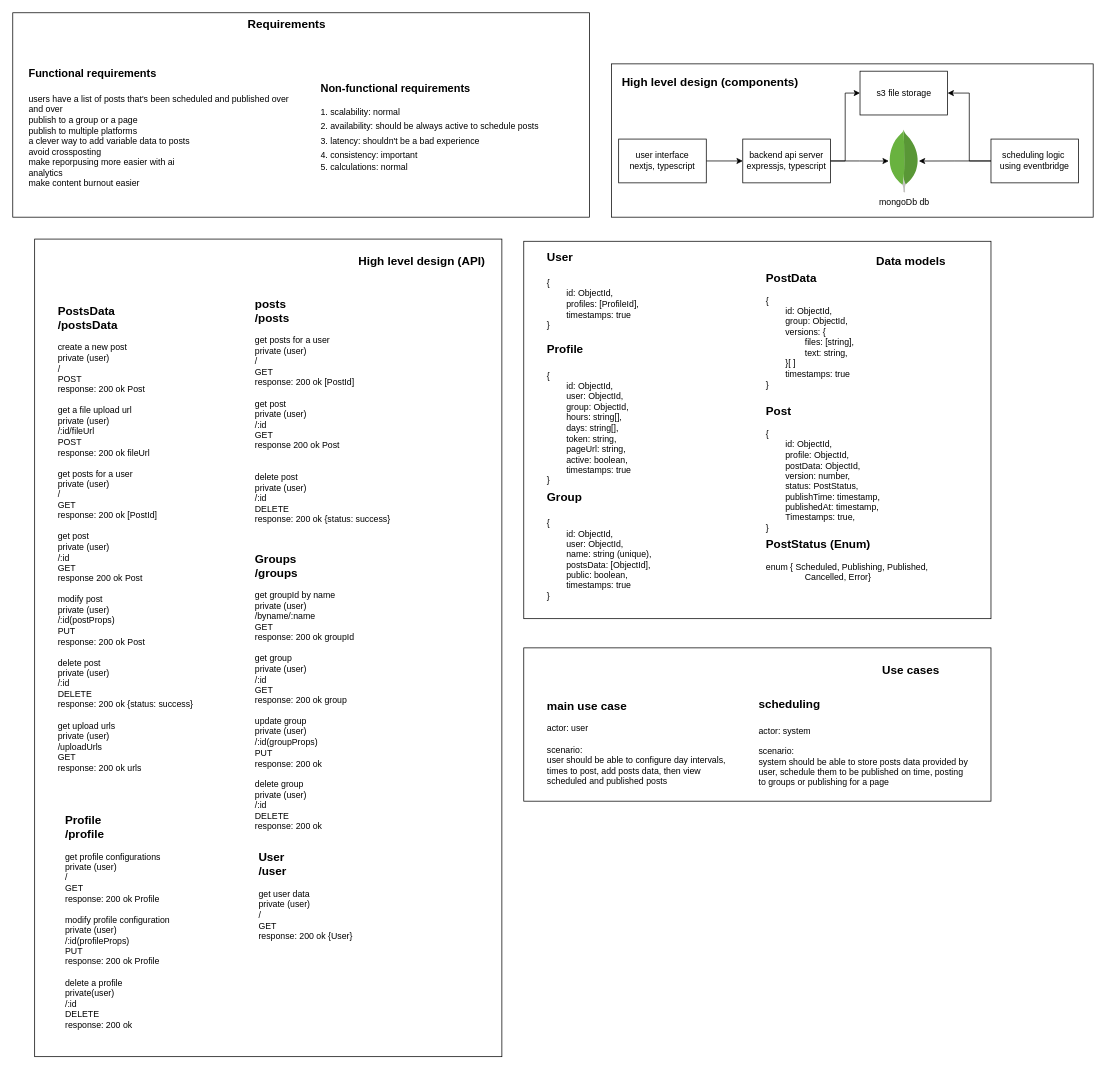
ahmed-elbehairy7/pamylka-system-design keeps this draw.io diagram as page "high-level" (1 of 5) of auto-post.drawio. Above is the earlier version. Source tidied: cells renumbered, new cells numbered last; positions are measured from the earlier drawing's top-left corner, leaving out a move shared by most shapes. Both pictures are drawn from the tidied source at 73%, with x=0, y=0 at pixel (12, 12).
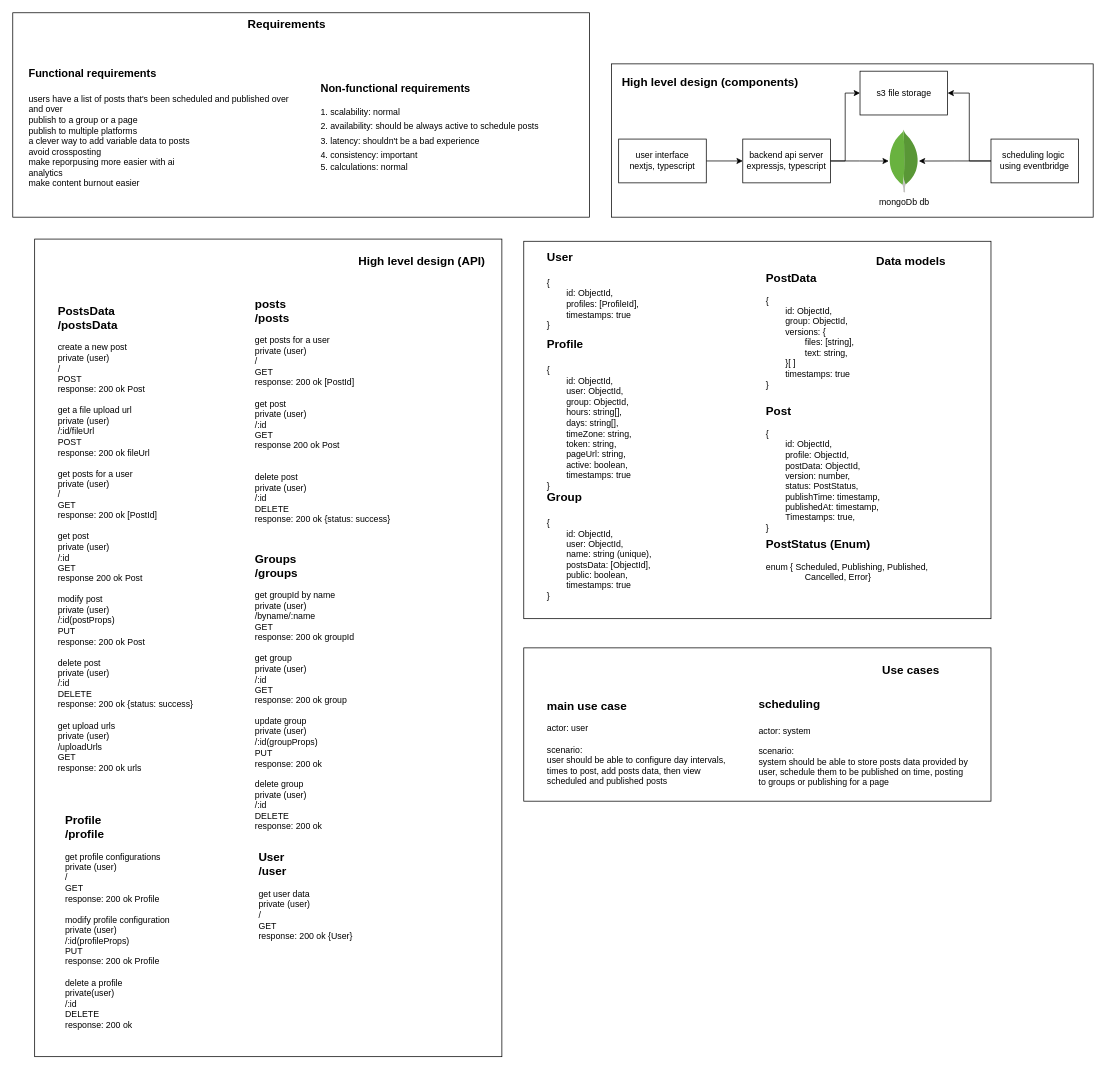
Above is the later version.

Commit message:
added timezone to profile object

Unchanged cells that the change refers to:
```xml
<mxCell id="33" style="group;" parent="1" vertex="1">
  <mxGeometry x="700" y="310" width="642" height="524" as="geometry" />
</mxCell>
```

What changed in the source:
```diff
@@
-    <mxCell id="40" value="&lt;div&gt;&lt;span style=&quot;font-size: 16px;&quot;&gt;&lt;b&gt;Profile&lt;/b&gt;&lt;/span&gt;&lt;/div&gt;&lt;div&gt;&lt;span style=&quot;font-size: 16px;&quot;&gt;&lt;b&gt;&lt;br&gt;&lt;/b&gt;&lt;/span&gt;&lt;/div&gt;&lt;div&gt;{&lt;/div&gt;&lt;div&gt;&lt;span style=&quot;white-space: pre;&quot;&gt;&#9;&lt;/span&gt;id: ObjectId,&lt;/div&gt;&lt;div&gt;&lt;span style=&quot;white-space: pre;&quot;&gt;&#9;&lt;/span&gt;user: ObjectId,&lt;br&gt;&lt;/div&gt;&lt;div&gt;&lt;span style=&quot;white-space: pre;&quot;&gt;&#9;&lt;/span&gt;group: ObjectId,&lt;br&gt;&lt;/div&gt;&lt;div&gt;&lt;span style=&quot;white-space: pre;&quot;&gt;&#9;&lt;/span&gt;hours: string[],&lt;br&gt;&lt;/div&gt;&lt;div&gt;&lt;span style=&quot;white-space: pre;&quot;&gt;&#9;&lt;/span&gt;days: string[],&lt;br&gt;&lt;/div&gt;&lt;div&gt;&lt;span style=&quot;white-space: pre;&quot;&gt;&#9;&lt;/span&gt;token: string,&lt;br&gt;&lt;/div&gt;&lt;div&gt;&lt;span style=&quot;white-space: pre;&quot;&gt;&#9;&lt;/span&gt;pageUrl: string,&lt;br&gt;&lt;/div&gt;&lt;div&gt;&lt;span style=&quot;white-space: pre;&quot;&gt;&#9;&lt;/span&gt;active: boolean,&lt;br&gt;&lt;/div&gt;&lt;div&gt;&lt;span style=&quot;background-color: transparent; white-space-collapse: preserve;&quot;&gt;&#9;&lt;/span&gt;&lt;span style=&quot;background-color: transparent;&quot;&gt;timestamps: true&lt;/span&gt;&lt;/div&gt;&lt;div&gt;}&lt;/div&gt;" style="text;html=1;align=left;verticalAlign=middle;strokeColor=none;fillColor=none;" parent="33" vertex="1">
-      <mxGeometry x="30" y="135" width="140" height="210" as="geometry" />
+    <mxCell id="40" value="&lt;div&gt;&lt;span style=&quot;font-size: 16px;&quot;&gt;&lt;b&gt;Profile&lt;/b&gt;&lt;/span&gt;&lt;/div&gt;&lt;div&gt;&lt;span style=&quot;font-size: 16px;&quot;&gt;&lt;b&gt;&lt;br&gt;&lt;/b&gt;&lt;/span&gt;&lt;/div&gt;&lt;div&gt;{&lt;/div&gt;&lt;div&gt;&lt;span style=&quot;white-space: pre;&quot;&gt;&#9;&lt;/span&gt;id: ObjectId,&lt;/div&gt;&lt;div&gt;&lt;span style=&quot;white-space: pre;&quot;&gt;&#9;&lt;/span&gt;user: ObjectId,&lt;br&gt;&lt;/div&gt;&lt;div&gt;&lt;span style=&quot;white-space: pre;&quot;&gt;&#9;&lt;/span&gt;group: ObjectId,&lt;br&gt;&lt;/div&gt;&lt;div&gt;&lt;span style=&quot;white-space: pre;&quot;&gt;&#9;&lt;/span&gt;hours: string[],&lt;br&gt;&lt;/div&gt;&lt;div&gt;&lt;span style=&quot;white-space: pre;&quot;&gt;&#9;&lt;/span&gt;days: string[],&lt;br&gt;&lt;/div&gt;&lt;div&gt;&lt;span style=&quot;white-space: pre;&quot;&gt;&#9;&lt;/span&gt;timeZone: string,&lt;br&gt;&lt;/div&gt;&lt;div&gt;&lt;span style=&quot;white-space: pre;&quot;&gt;&#9;&lt;/span&gt;token: string,&lt;br&gt;&lt;/div&gt;&lt;div&gt;&lt;span style=&quot;white-space: pre;&quot;&gt;&#9;&lt;/span&gt;pageUrl: string,&lt;br&gt;&lt;/div&gt;&lt;div&gt;&lt;span style=&quot;white-space: pre;&quot;&gt;&#9;&lt;/span&gt;active: boolean,&lt;br&gt;&lt;/div&gt;&lt;div&gt;&lt;span style=&quot;background-color: transparent; white-space-collapse: preserve;&quot;&gt;&#9;&lt;/span&gt;&lt;span style=&quot;background-color: transparent;&quot;&gt;timestamps: true&lt;/span&gt;&lt;/div&gt;&lt;div&gt;}&lt;/div&gt;" style="text;html=1;align=left;verticalAlign=middle;strokeColor=none;fillColor=none;" parent="33" vertex="1">
+      <mxGeometry x="30" y="130" width="140" height="220" as="geometry" />
     </mxCell>
```
